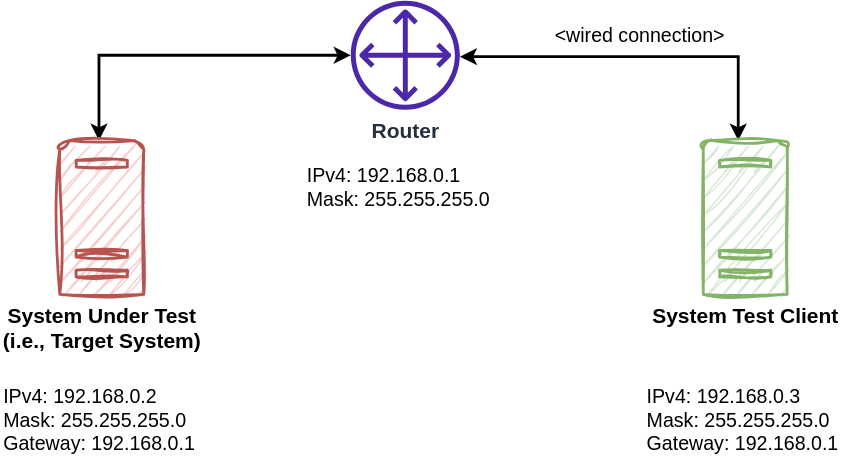
Earlier version of the draw.io export docs/load-test-system-architecture.svg (ionutbalosin/jvm-energy-consumption). Source tidied: cells renumbered, new cells last; positions are measured from the earlier drawing's top-left corner, leaving out a move shared by most shapes.
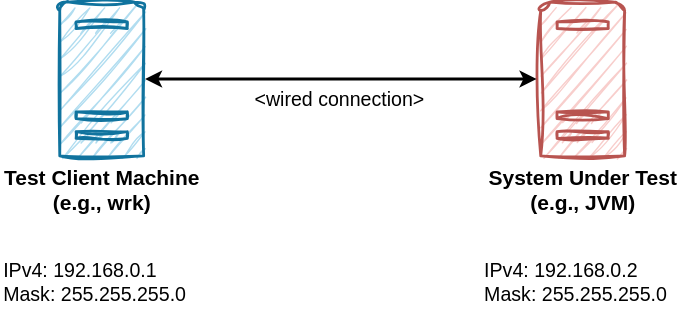
After the commit.

The edit, as a diff of the source:
```diff
@@ -2,40 +2,29 @@
   <root>
     <mxCell id="0" />
     <mxCell id="1" parent="0" />
-    <mxCell id="2" value="&lt;b&gt;&lt;font style=&quot;font-size: 15px;&quot;&gt;Router&lt;/font&gt;&lt;br&gt;&lt;/b&gt;" style="outlineConnect=0;fontColor=#232F3E;gradientColor=none;fillColor=#4D27AA;strokeColor=none;dashed=0;verticalLabelPosition=bottom;verticalAlign=top;align=center;html=1;fontSize=12;fontStyle=0;shape=mxgraph.aws4.customer_gateway;shadow=0;" parent="1" vertex="1">
-      <mxGeometry x="250" width="78" height="78" as="geometry" />
-    </mxCell>
-    <mxCell id="3" style="edgeStyle=orthogonalEdgeStyle;rounded=0;jettySize=auto;html=1;startArrow=classic;startFill=1;strokeWidth=2;" parent="1" edge="1" source="4" target="2">
-      <mxGeometry relative="1" as="geometry">
-        <Array as="points">
-          <mxPoint x="70" y="39" />
-        </Array>
-      </mxGeometry>
-    </mxCell>
-    <mxCell id="4" value="&lt;font size=&quot;1&quot; color=&quot;#000000&quot;&gt;&lt;b style=&quot;font-size: 15px;&quot;&gt;System Under Test&lt;br&gt;(i.e., Target System)&lt;br&gt;&lt;/b&gt;&lt;/font&gt;" style="sketch=1;shadow=0;dashed=0;html=1;strokeColor=#b85450;labelPosition=center;verticalLabelPosition=bottom;verticalAlign=top;outlineConnect=0;align=center;shape=mxgraph.office.servers.physical_host;fillColor=#f8cecc;fillStyle=auto;strokeWidth=2;curveFitting=1;jiggle=2;" parent="1" vertex="1">
-      <mxGeometry x="42" y="100" width="60" height="110" as="geometry" />
+    <mxCell id="4" value="&lt;font size=&quot;1&quot; color=&quot;#000000&quot;&gt;&lt;b style=&quot;font-size: 15px;&quot;&gt;System Under Test&lt;br&gt;(e.g., JVM)&lt;br&gt;&lt;/b&gt;&lt;/font&gt;" style="sketch=1;shadow=0;dashed=0;html=1;strokeColor=#b85450;labelPosition=center;verticalLabelPosition=bottom;verticalAlign=top;outlineConnect=0;align=center;shape=mxgraph.office.servers.physical_host;fillColor=#f8cecc;fillStyle=auto;strokeWidth=2;curveFitting=1;jiggle=2;" parent="1" vertex="1">
+      <mxGeometry x="103" y="105" width="60" height="110" as="geometry" />
     </mxCell>
-    <mxCell id="5" style="edgeStyle=orthogonalEdgeStyle;rounded=0;jettySize=auto;html=1;startArrow=classic;startFill=1;strokeWidth=2;" parent="1" edge="1" source="6" target="2">
-      <mxGeometry relative="1" as="geometry">
-        <Array as="points">
-          <mxPoint x="527" y="40" />
-        </Array>
-      </mxGeometry>
-    </mxCell>
-    <mxCell id="6" value="&lt;font size=&quot;1&quot; color=&quot;#000000&quot;&gt;&lt;b style=&quot;font-size: 15px;&quot;&gt;System Test Client&lt;/b&gt;&lt;/font&gt;" style="sketch=1;shadow=0;dashed=0;html=1;strokeColor=#82b366;labelPosition=center;verticalLabelPosition=bottom;verticalAlign=top;outlineConnect=0;align=center;shape=mxgraph.office.servers.physical_host;fillColor=#d5e8d4;fillStyle=auto;strokeWidth=2;curveFitting=1;jiggle=2;" parent="1" vertex="1">
-      <mxGeometry x="502" y="100" width="60" height="110" as="geometry" />
+    <mxCell id="6" value="&lt;font size=&quot;1&quot; color=&quot;#000000&quot;&gt;&lt;b style=&quot;font-size: 15px;&quot;&gt;Test Client Machine&lt;br&gt;(e.g., wrk)&lt;br&gt;&lt;/b&gt;&lt;/font&gt;" style="sketch=1;shadow=0;dashed=0;html=1;strokeColor=#10739e;labelPosition=center;verticalLabelPosition=bottom;verticalAlign=top;outlineConnect=0;align=center;shape=mxgraph.office.servers.physical_host;fillColor=#b1ddf0;fillStyle=auto;strokeWidth=2;curveFitting=1;jiggle=2;" parent="1" vertex="1">
+      <mxGeometry x="-241" y="105" width="60" height="110" as="geometry" />
     </mxCell>
-    <mxCell id="7" value="&lt;span style=&quot;border-color: var(--border-color); font-size: 14px;&quot;&gt;IPv4: 192.168.0.2&lt;br&gt;Mask: 255.255.255.0&lt;br&gt;Gateway: 192.168.0.1&lt;br&gt;&lt;/span&gt;" style="text;html=1;align=left;verticalAlign=middle;whiteSpace=wrap;rounded=1;sketch=1;curveFitting=1;jiggle=2;fontColor=#000000;fontStyle=0;" parent="1" vertex="1">
-      <mxGeometry y="270" width="144" height="60" as="geometry" />
+    <mxCell id="7" value="&lt;span style=&quot;border-color: var(--border-color); font-size: 14px;&quot;&gt;IPv4: 192.168.0.2&lt;br&gt;Mask: 255.255.255.0&lt;br&gt;&lt;/span&gt;" style="text;html=1;align=left;verticalAlign=middle;whiteSpace=wrap;rounded=1;sketch=1;curveFitting=1;jiggle=2;fontColor=#000000;fontStyle=0;" parent="1" vertex="1">
+      <mxGeometry x="61" y="285" width="144" height="40" as="geometry" />
     </mxCell>
-    <mxCell id="8" value="&lt;span style=&quot;border-color: var(--border-color); font-size: 14px;&quot;&gt;IPv4: 192.168.0.3&lt;br&gt;Mask: 255.255.255.0&lt;br&gt;Gateway: 192.168.0.1&lt;br&gt;&lt;/span&gt;" style="text;html=1;align=left;verticalAlign=middle;whiteSpace=wrap;rounded=1;sketch=1;curveFitting=1;jiggle=2;fontColor=#000000;fontStyle=0;" parent="1" vertex="1">
-      <mxGeometry x="460" y="270" width="144" height="60" as="geometry" />
+    <mxCell id="8" value="&lt;span style=&quot;border-color: var(--border-color); font-size: 14px;&quot;&gt;IPv4: 192.168.0.1&lt;br&gt;Mask: 255.255.255.0&lt;br&gt;&lt;/span&gt;" style="text;html=1;align=left;verticalAlign=middle;whiteSpace=wrap;rounded=1;sketch=1;curveFitting=1;jiggle=2;fontColor=#000000;fontStyle=0;" parent="1" vertex="1">
+      <mxGeometry x="-283" y="285" width="144" height="40" as="geometry" />
     </mxCell>
-    <mxCell id="9" value="&lt;span style=&quot;border-color: var(--border-color); font-size: 14px;&quot;&gt;IPv4: 192.168.0.1&lt;br&gt;Mask: 255.255.255.0&lt;br&gt;&lt;/span&gt;" style="text;html=1;align=left;verticalAlign=middle;whiteSpace=wrap;rounded=1;sketch=1;curveFitting=1;jiggle=2;fontColor=#000000;fontStyle=0;" parent="1" vertex="1">
-      <mxGeometry x="216.5" y="110" width="145" height="45" as="geometry" />
-    </mxCell>
+    <mxCell id="11" style="group;" parent="1" vertex="1">
+      <mxGeometry x="-180" y="160" width="280" height="30" as="geometry" />
+    </mxCell>
-    <mxCell id="10" value="&lt;span style=&quot;border-color: var(--border-color); font-size: 14px;&quot;&gt;&lt;span style=&quot;&quot;&gt;&lt;font&gt;&amp;lt;wired connection&amp;gt;&lt;/font&gt;&lt;/span&gt;&lt;br&gt;&lt;/span&gt;" style="text;html=1;align=center;verticalAlign=middle;whiteSpace=wrap;rounded=1;sketch=1;curveFitting=1;jiggle=2;fontColor=#000000;fontStyle=0;" parent="1" vertex="1">
-      <mxGeometry x="387" y="10" width="140" height="30" as="geometry" />
+    <mxCell id="10" value="&lt;span style=&quot;border-color: var(--border-color); font-size: 14px;&quot;&gt;&lt;span style=&quot;&quot;&gt;&lt;font&gt;&amp;lt;wired connection&amp;gt;&lt;/font&gt;&lt;/span&gt;&lt;br&gt;&lt;/span&gt;" style="text;html=1;align=center;verticalAlign=middle;whiteSpace=wrap;rounded=1;sketch=1;curveFitting=1;jiggle=2;fontColor=#000000;fontStyle=0;" parent="11" vertex="1">
+      <mxGeometry x="62.4" width="155.2" height="30" as="geometry" />
     </mxCell>
+    <mxCell id="12" style="endArrow=classic;startArrow=classic;html=1;rounded=0;endSize=6;jumpSize=6;strokeWidth=2;" parent="11" edge="1">
+      <mxGeometry relative="1" as="geometry">
+        <mxPoint as="sourcePoint" />
+        <mxPoint x="280" as="targetPoint" />
+      </mxGeometry>
+    </mxCell>
   </root>
 </mxGraphModel>
```
